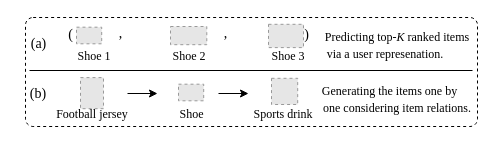
Earlier version of the draw.io diagram issue2.drawio (wenqisun/data). Source tidied: cells renumbered, new cells numbered last; positions are measured from the earlier drawing's top-left corner, leaving out a move shared by most shapes. Both pictures are drawn from the tidied source at 100%, with x=0, y=0 at pixel (17, 17). Pictures stored in the file or linked from it are replaced by grey dashed boxes.
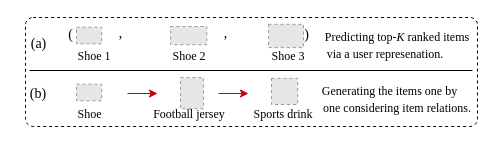
The same page after the edit.

The edit, as a diff of the source:
```diff
@@
     <mxCell id="3" style="fillColor=#E6E6E6;strokeColor=#999999;dashed=1;verticalLabelPosition=bottom;verticalAlign=top;" parent="1" vertex="1">
-      <mxGeometry x="63" y="60.1" width="23" height="31.1" as="geometry" />
+      <mxGeometry x="163" y="60.1" width="23" height="31.1" as="geometry" />
     </mxCell>
     <mxCell id="4" value="&lt;font face=&quot;Times New Roman&quot; style=&quot;font-size: 12px;&quot;&gt;Football jersey&lt;/font&gt;" style="text;strokeColor=none;align=center;fillColor=none;html=1;verticalAlign=middle;whiteSpace=wrap;rounded=0;" parent="1" vertex="1">
-      <mxGeometry x="9.5" y="82.2" width="130" height="30" as="geometry" />
+      <mxGeometry x="106.5" y="82.2" width="130" height="30" as="geometry" />
     </mxCell>
     <mxCell id="5" value="&lt;font face=&quot;Times New Roman&quot; style=&quot;font-size: 12px;&quot;&gt;Shoe&lt;/font&gt;" style="text;strokeColor=none;align=center;fillColor=none;html=1;verticalAlign=middle;whiteSpace=wrap;rounded=0;" parent="1" vertex="1">
-      <mxGeometry x="136" y="82.2" width="76.9" height="30" as="geometry" />
+      <mxGeometry x="34" y="82.2" width="76.9" height="30" as="geometry" />
     </mxCell>
@@
-    <mxCell id="8" style="endArrow=classic;html=1;rounded=0;fontSize=14;" parent="1" edge="1">
+    <mxCell id="8" style="endArrow=classic;html=1;rounded=0;fontSize=14;strokeColor=#CC0000;" parent="1" edge="1">
       <mxGeometry relative="1" as="geometry">
         <mxPoint x="110" y="76" as="sourcePoint" />
         <mxPoint x="140" y="76" as="targetPoint" />
       </mxGeometry>
     </mxCell>
@@
     <mxCell id="17" style="fillColor=#E6E6E6;strokeColor=#999999;dashed=1;verticalLabelPosition=bottom;verticalAlign=top;fontSize=14;" parent="1" vertex="1">
-      <mxGeometry x="161" y="66.7" width="25.2" height="16.6" as="geometry" />
+      <mxGeometry x="59" y="66.7" width="25.2" height="16.6" as="geometry" />
     </mxCell>
@@
-    <mxCell id="25" style="endArrow=classic;html=1;rounded=0;fontSize=14;" parent="1" edge="1">
+    <mxCell id="25" style="endArrow=classic;html=1;rounded=0;fontSize=14;strokeColor=#CC0000;" parent="1" edge="1">
       <mxGeometry relative="1" as="geometry">
         <mxPoint x="201" y="76" as="sourcePoint" />
         <mxPoint x="231" y="76" as="targetPoint" />
       </mxGeometry>
     </mxCell>
```
